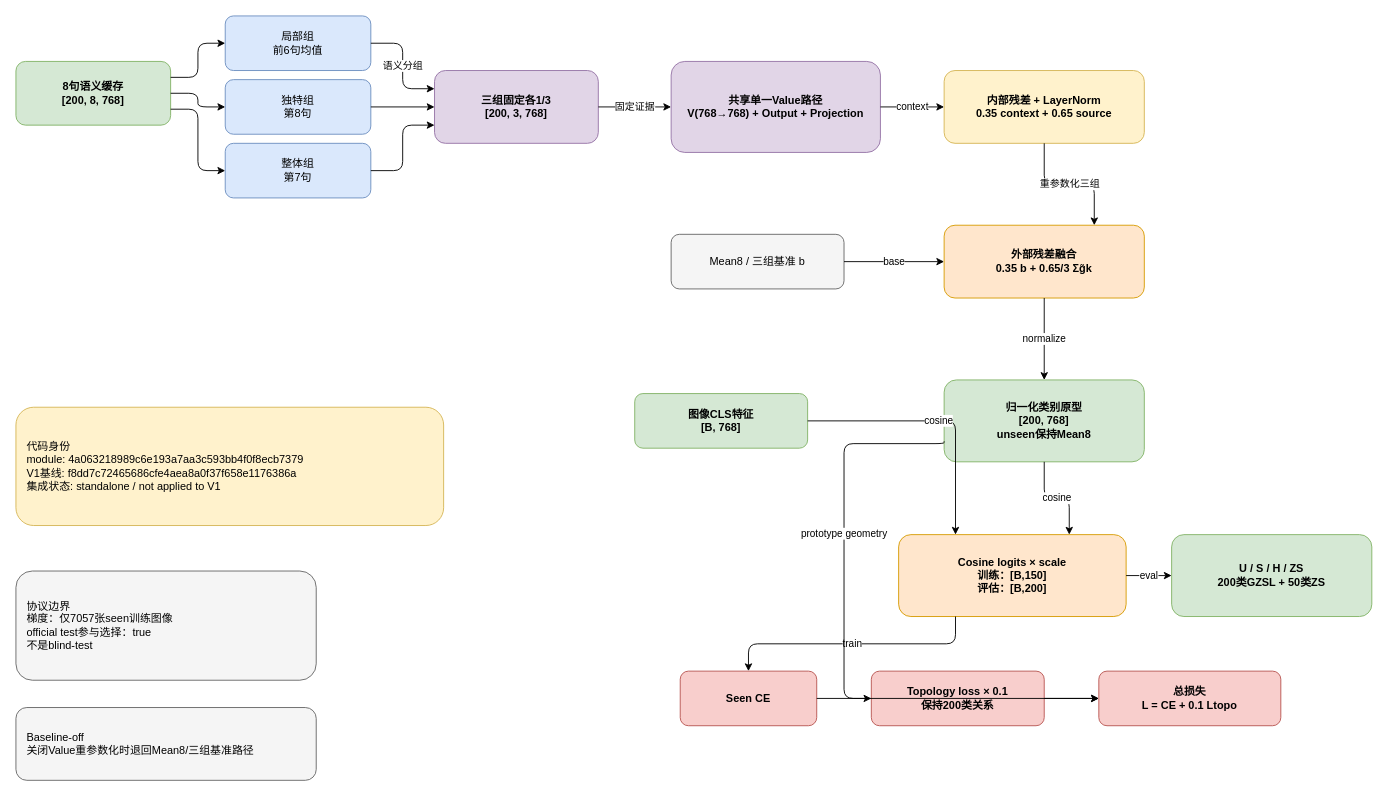
GetlotMoney/gzsl-paper keeps this draw.io diagram as docs/TG_VPR_H1_framework_diagram.drawio. Above is the earlier version. Source tidied: cells renumbered, new cells numbered last; positions are measured from the earlier drawing's top-left corner, leaving out a move shared by most shapes. Both pictures are drawn from the tidied source at 91%, with x=0, y=0 at pixel (15, 15).
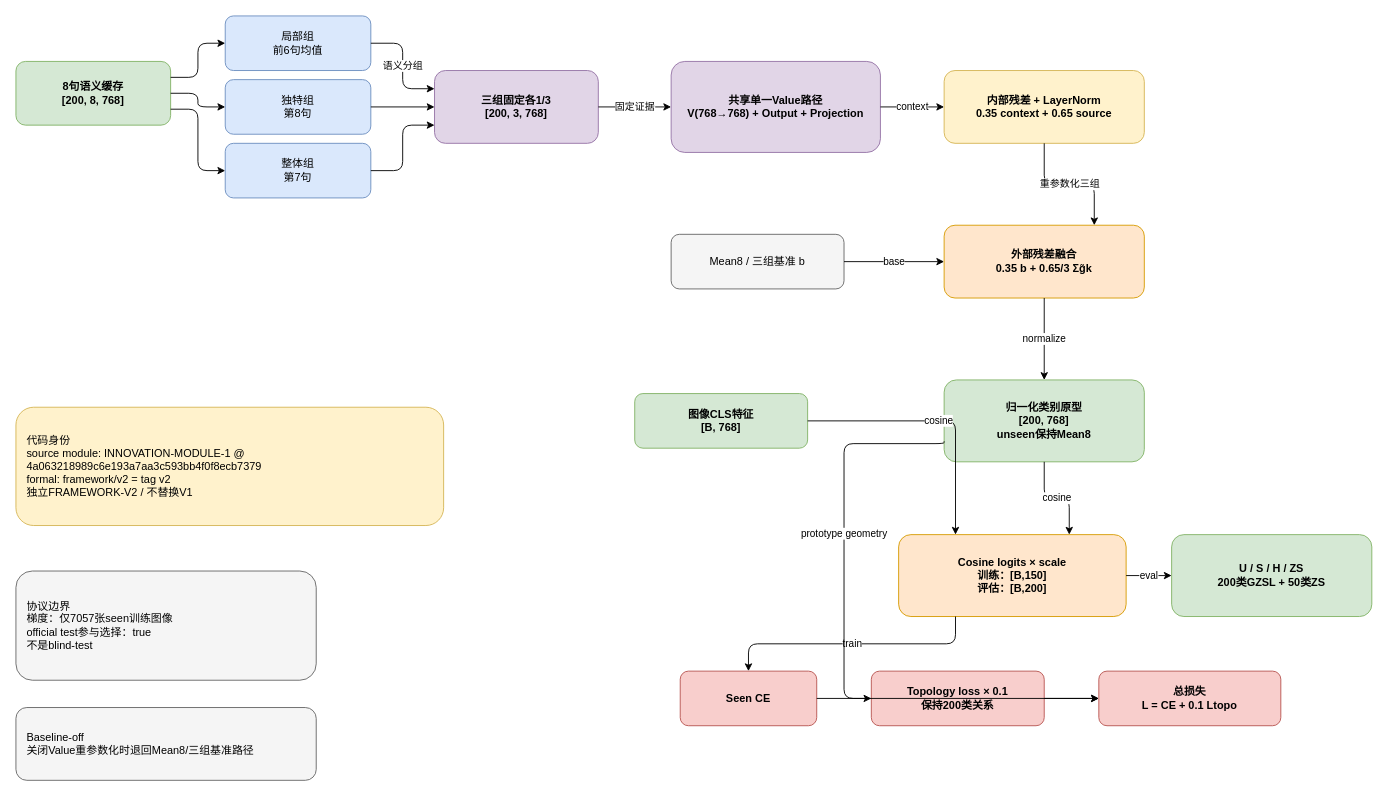
Above is the later version.

Commit message (it also covers changes not shown here):
framework: promote TG-VPR-H1 as V2

What changed in the source:
```diff
@@
-    <mxCell id="20" value="代码身份&#10;module: 4a063218989c6e193a7aa3c593bb4f0f8ecb7379&#10;V1基线: f8dd7c72465686cfe4aea8a0f37f658e1176386a&#10;集成状态: standalone / not applied to V1" style="rounded=1;whiteSpace=wrap;html=1;fillColor=#fff2cc;strokeColor=#d6b656;align=left;spacingLeft=10;" parent="1" vertex="1">
+    <mxCell id="20" value="代码身份&#10;source module: INNOVATION-MODULE-1 @ 4a063218989c6e193a7aa3c593bb4f0f8ecb7379&#10;formal: framework/v2 = tag v2&#10;独立FRAMEWORK-V2 / 不替换V1" style="rounded=1;whiteSpace=wrap;html=1;fillColor=#fff2cc;strokeColor=#d6b656;align=left;spacingLeft=10;" parent="1" vertex="1">
       <mxGeometry y="430" width="470" height="130" as="geometry" />
     </mxCell>
```
